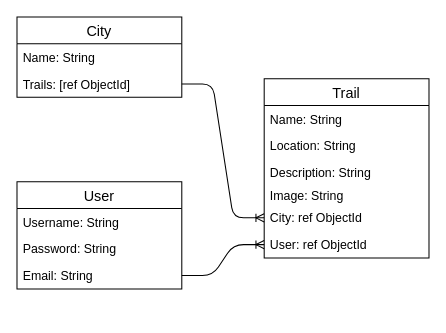
Earlier version of the draw.io diagram erd.drawio (aliciaroeck/trail-legs-2). Source tidied: cells renumbered, new cells numbered last; positions are measured from the earlier drawing's top-left corner, leaving out a move shared by most shapes. Both pictures are drawn from the tidied source at 103%, with x=0, y=0 at pixel (16, 16).
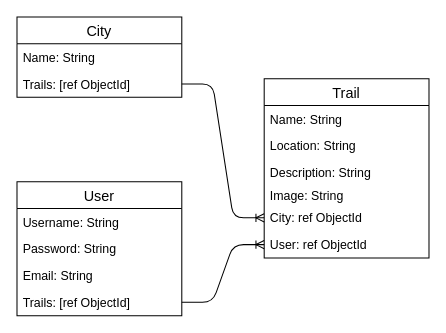
The same diagram, later.

Commit message (it also covers changes not shown here):
populated user trails to user profile

Change to the diagram source:
```diff
@@
 <mxGraphModel>
   <root>
     <mxCell id="0" />
     <mxCell id="1" parent="0" />
     <mxCell id="2" value="City" style="swimlane;fontStyle=0;horizontal=1;startSize=26;align=center;fontSize=14;" parent="1" vertex="1">
       <mxGeometry width="160" height="78" as="geometry" />
     </mxCell>
     <mxCell id="3" value="Name: String" style="text;strokeColor=none;fillColor=none;spacingLeft=4;spacingRight=4;overflow=hidden;fontSize=12;" parent="2" vertex="1">
       <mxGeometry y="26" width="160" height="26" as="geometry" />
     </mxCell>
     <mxCell id="4" value="Trails: [ref ObjectId]" style="text;strokeColor=none;fillColor=none;spacingLeft=4;spacingRight=4;overflow=hidden;points=[[0,0.5],[1,0.5]];portConstraint=eastwest;fontSize=12;" parent="2" vertex="1">
       <mxGeometry y="52" width="160" height="26" as="geometry" />
     </mxCell>
     <mxCell id="5" style="edgeStyle=entityRelationEdgeStyle;fontSize=12;html=1;endArrow=ERoneToMany;exitX=1;exitY=0.5;exitDx=0;exitDy=0;entryX=0;entryY=0.5;entryDx=0;entryDy=0;" parent="1" edge="1" source="4" target="11">
       <mxGeometry relative="1" as="geometry" />
     </mxCell>
     <mxCell id="6" value="Trail" style="swimlane;fontStyle=0;horizontal=1;startSize=26;align=center;fontSize=14;" parent="1" vertex="1">
       <mxGeometry x="240" y="60" width="160" height="174" as="geometry" />
     </mxCell>
     <mxCell id="7" value="Name: String" style="text;strokeColor=none;fillColor=none;spacingLeft=4;spacingRight=4;overflow=hidden;fontSize=12;" parent="6" vertex="1">
       <mxGeometry y="26" width="160" height="26" as="geometry" />
     </mxCell>
     <mxCell id="8" value="Location: String" style="text;strokeColor=none;fillColor=none;spacingLeft=4;spacingRight=4;overflow=hidden;fontSize=12;" parent="6" vertex="1">
       <mxGeometry y="52" width="160" height="26" as="geometry" />
     </mxCell>
     <mxCell id="9" value="Description: String" style="text;strokeColor=none;fillColor=none;spacingLeft=4;spacingRight=4;overflow=hidden;fontSize=12;" parent="6" vertex="1">
       <mxGeometry y="78" width="160" height="22" as="geometry" />
     </mxCell>
     <mxCell id="10" value="Image: String" style="text;strokeColor=none;fillColor=none;spacingLeft=4;spacingRight=4;overflow=hidden;fontSize=12;" parent="6" vertex="1">
       <mxGeometry y="100" width="160" height="22" as="geometry" />
     </mxCell>
     <mxCell id="11" value="City: ref ObjectId" style="text;strokeColor=none;fillColor=none;spacingLeft=4;spacingRight=4;overflow=hidden;points=[[0,0.5],[1,0.5]];portConstraint=eastwest;fontSize=12;" parent="6" vertex="1">
       <mxGeometry y="122" width="160" height="26" as="geometry" />
     </mxCell>
     <mxCell id="12" value="User: ref ObjectId" style="text;strokeColor=none;fillColor=none;spacingLeft=4;spacingRight=4;overflow=hidden;points=[[0,0.5],[1,0.5]];portConstraint=eastwest;fontSize=12;" parent="6" vertex="1">
       <mxGeometry y="148" width="160" height="26" as="geometry" />
     </mxCell>
-    <mxCell id="13" style="edgeStyle=entityRelationEdgeStyle;fontSize=12;html=1;endArrow=ERoneToMany;entryX=0;entryY=0.5;entryDx=0;entryDy=0;exitX=1;exitY=0.5;exitDx=0;exitDy=0;" parent="1" edge="1" source="17" target="12">
+    <mxCell id="13" style="edgeStyle=entityRelationEdgeStyle;fontSize=12;html=1;endArrow=ERoneToMany;entryX=0;entryY=0.5;entryDx=0;entryDy=0;exitX=1;exitY=0.5;exitDx=0;exitDy=0;" parent="1" edge="1" source="18" target="12">
       <mxGeometry relative="1" as="geometry" />
     </mxCell>
     <mxCell id="14" value="User" style="swimlane;fontStyle=0;horizontal=1;startSize=26;align=center;fontSize=14;" parent="1" vertex="1">
-      <mxGeometry y="160" width="160" height="104" as="geometry" />
+      <mxGeometry y="160" width="160" height="130" as="geometry" />
     </mxCell>
     <mxCell id="15" value="Username: String" style="text;strokeColor=none;fillColor=none;spacingLeft=4;spacingRight=4;overflow=hidden;fontSize=12;" parent="14" vertex="1">
       <mxGeometry y="26" width="160" height="26" as="geometry" />
     </mxCell>
     <mxCell id="16" value="Password: String" style="text;strokeColor=none;fillColor=none;spacingLeft=4;spacingRight=4;overflow=hidden;fontSize=12;" parent="14" vertex="1">
       <mxGeometry y="52" width="160" height="26" as="geometry" />
     </mxCell>
     <mxCell id="17" value="Email: String" style="text;strokeColor=none;fillColor=none;spacingLeft=4;spacingRight=4;overflow=hidden;points=[[0,0.5],[1,0.5]];portConstraint=eastwest;fontSize=12;" parent="14" vertex="1">
       <mxGeometry y="78" width="160" height="26" as="geometry" />
     </mxCell>
+    <mxCell id="18" value="Trails: [ref ObjectId]" style="text;strokeColor=none;fillColor=none;spacingLeft=4;spacingRight=4;overflow=hidden;points=[[0,0.5],[1,0.5]];portConstraint=eastwest;fontSize=12;" parent="14" vertex="1">
+      <mxGeometry y="104" width="160" height="26" as="geometry" />
+    </mxCell>
   </root>
 </mxGraphModel>
```
